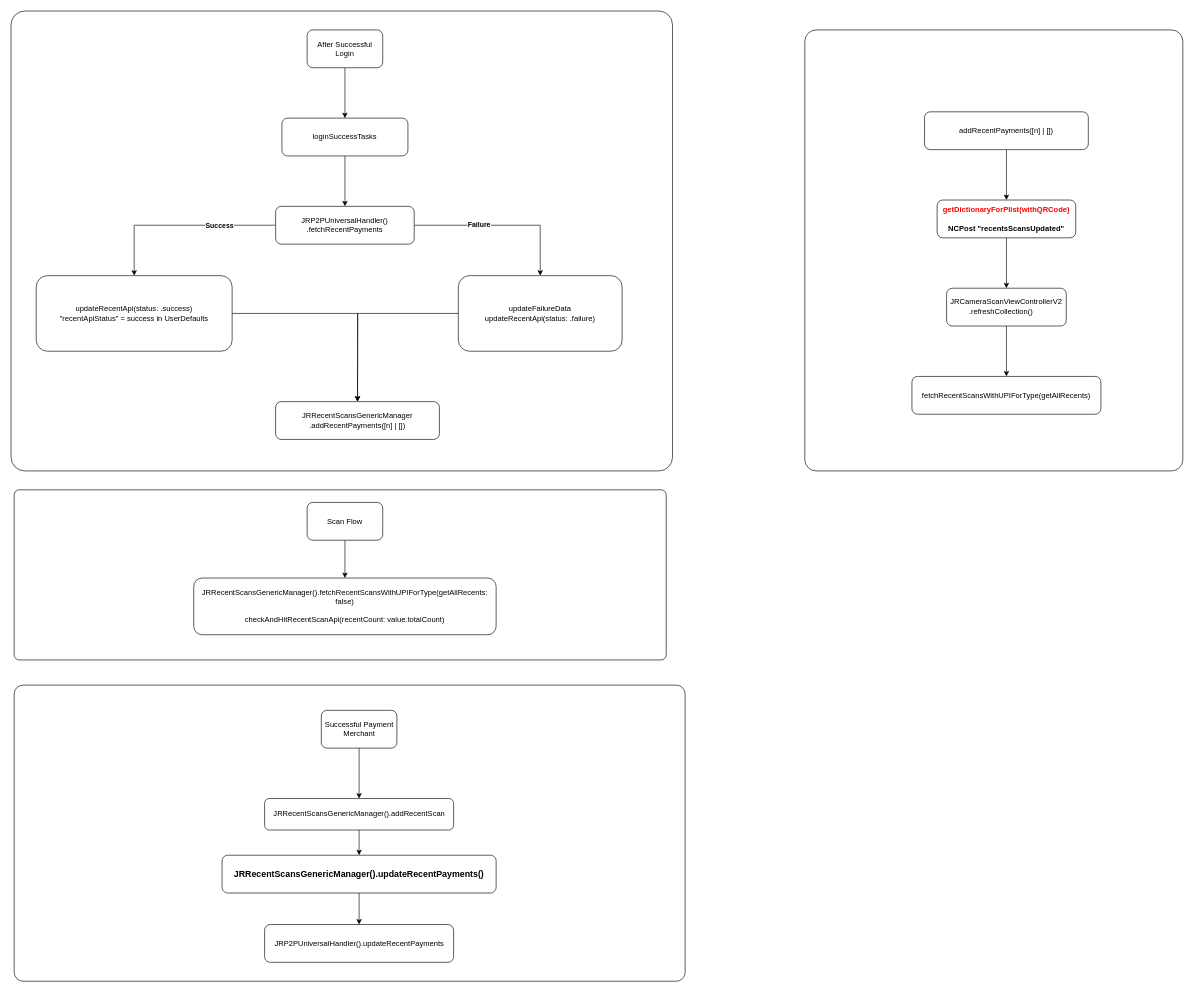
Above: RecentsFlow.drawio in AjayBhanushali/systemdesigns (draw.io), before the change. Source tidied: cells renumbered, new cells numbered last; positions are measured from the earlier drawing's top-left corner, leaving out a move shared by most shapes. Both pictures are drawn from the tidied source at 63%, with x=0, y=0 at pixel (11, 11).
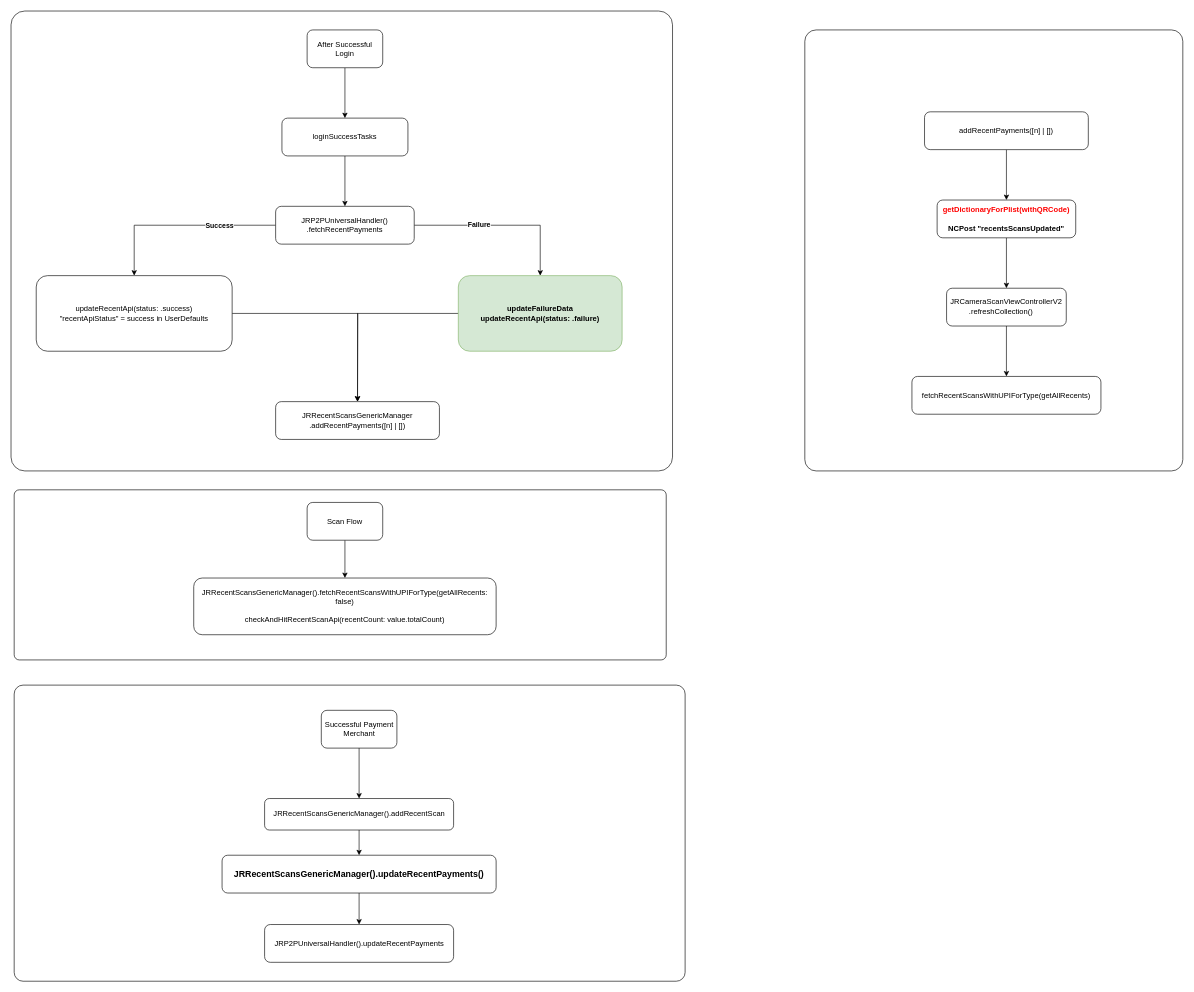
The same diagram, later.

Change to the diagram source:
```diff
@@
-    <mxCell id="16" value="updateFailureData &lt;br&gt;updateRecentApi(status: .failure)" style="whiteSpace=wrap;html=1;rounded=1;" parent="1" vertex="1">
+    <mxCell id="16" value="updateFailureData &lt;br&gt;updateRecentApi(status: .failure)" style="whiteSpace=wrap;html=1;rounded=1;fontStyle=1;fillColor=#d5e8d4;strokeColor=#82b366;" parent="1" vertex="1">
       <mxGeometry x="710" y="420" width="260" height="120" as="geometry" />
     </mxCell>
```
